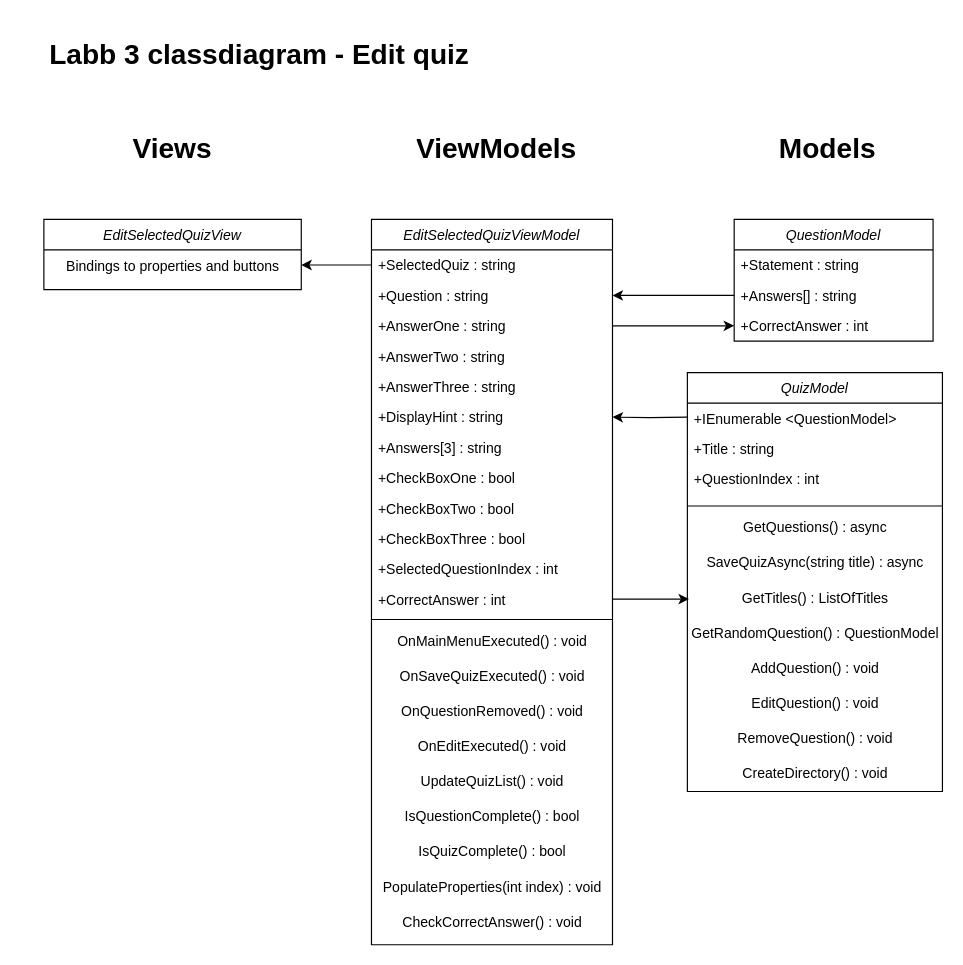
The draw.io diagram Labb3-Ressurrection/Namnlöst diagram.drawio in MagSandberg/Labb3-Ressurrection, before the edit. Source tidied: cells renumbered, new cells numbered last; positions are measured from the earlier drawing's top-left corner, leaving out a move shared by most shapes. Both pictures are drawn from the tidied source at 117%, with x=0, y=0 at pixel (43, 32).
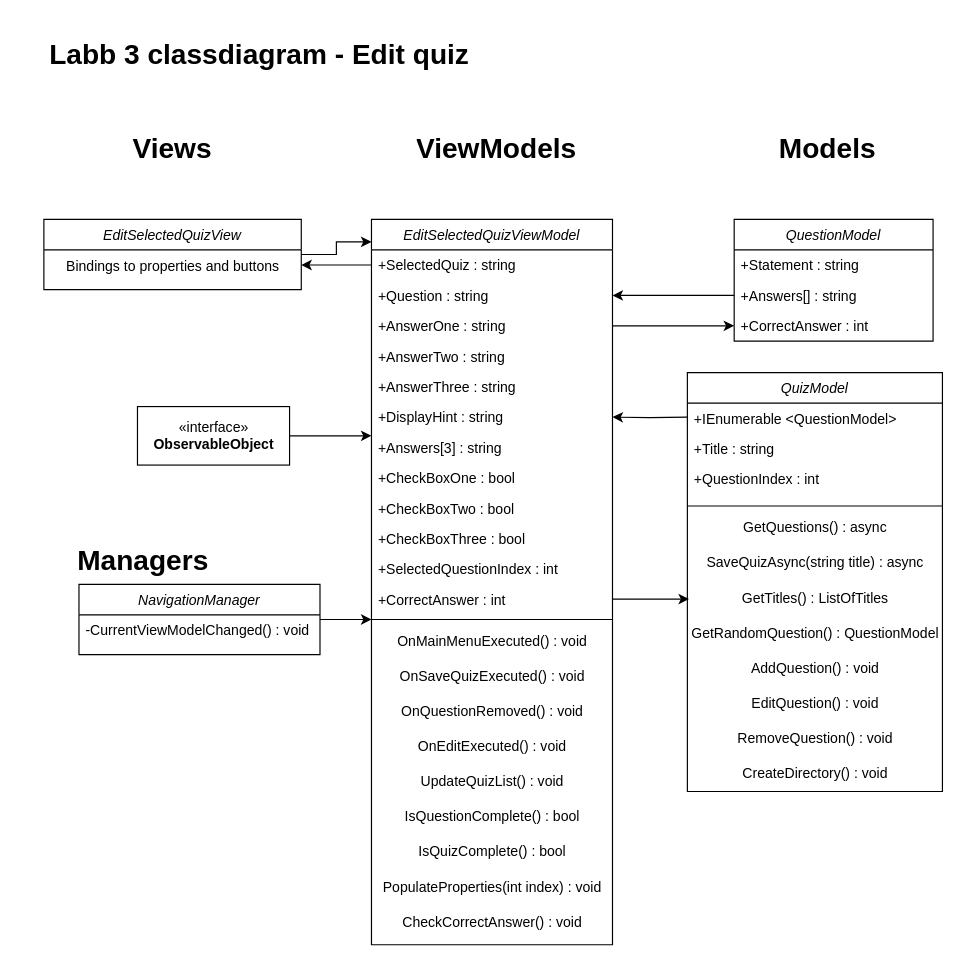
The same page after the edit.

The change refers to these unchanged cells:
```xml
<mxCell id="10" value="EditSelectedQuizViewModel" style="swimlane;fontStyle=2;align=center;verticalAlign=top;horizontal=1;startSize=26;rounded=0;shadow=0;strokeWidth=1;" parent="1" vertex="1">
  <mxGeometry x="280" y="160" width="206" height="620" as="geometry" />
</mxCell>
<mxCell id="17" value="+Answers[3] : string" style="text;align=left;verticalAlign=top;spacingLeft=4;spacingRight=4;overflow=hidden;points=[[0,0.5],[1,0.5]];portConstraint=eastwest;rounded=0;shadow=0;html=0;" parent="10" vertex="1">
  <mxGeometry y="182" width="206" height="26" as="geometry" />
</mxCell>
<mxCell id="34" value="EditSelectedQuizView" style="swimlane;fontStyle=2;align=center;verticalAlign=top;horizontal=1;startSize=26;rounded=0;shadow=0;strokeWidth=1;" parent="1" vertex="1">
  <mxGeometry y="160" width="220" height="60" as="geometry" />
</mxCell>
```

The edit, as a diff of the source:
```diff
@@
+    <mxCell id="53" style="edgeStyle=orthogonalEdgeStyle;rounded=0;jettySize=auto;html=1;entryX=0;entryY=0.031;entryDx=0;entryDy=0;entryPerimeter=0;" parent="1" edge="1" source="34" target="10">
+      <mxGeometry relative="1" as="geometry" />
+    </mxCell>
@@
+    <mxCell id="54" style="edgeStyle=orthogonalEdgeStyle;rounded=0;jettySize=auto;html=1;entryX=0;entryY=0.115;entryDx=0;entryDy=0;entryPerimeter=0;" parent="1" edge="1" source="55" target="17">
+      <mxGeometry relative="1" as="geometry" />
+    </mxCell>
+    <mxCell id="55" value="«interface»&lt;br&gt;&lt;b&gt;ObservableObject&lt;/b&gt;" style="html=1;" parent="1" vertex="1">
+      <mxGeometry x="80" y="320" width="130" height="50" as="geometry" />
+    </mxCell>
+    <mxCell id="56" value="&lt;h1&gt;Managers&lt;/h1&gt;" style="text;html=1;strokeColor=none;fillColor=none;spacing=5;spacingTop=-20;whiteSpace=wrap;overflow=hidden;rounded=0;align=center;" parent="1" vertex="1">
+      <mxGeometry x="-20" y="432" width="210" height="40" as="geometry" />
+    </mxCell>
+    <mxCell id="57" style="edgeStyle=orthogonalEdgeStyle;rounded=0;jettySize=auto;html=1;entryX=0;entryY=0.733;entryDx=0;entryDy=0;entryPerimeter=0;" parent="1" edge="1" source="58">
+      <mxGeometry relative="1" as="geometry">
+        <mxPoint x="280" y="502" as="targetPoint" />
+      </mxGeometry>
+    </mxCell>
+    <mxCell id="58" value="NavigationManager" style="swimlane;fontStyle=2;align=center;verticalAlign=top;horizontal=1;startSize=26;rounded=0;shadow=0;strokeWidth=1;" parent="1" vertex="1">
+      <mxGeometry x="30" y="472" width="206" height="60" as="geometry" />
+    </mxCell>
+    <mxCell id="59" value="-CurrentViewModelChanged() : void" style="text;align=left;verticalAlign=top;spacingLeft=4;spacingRight=4;overflow=hidden;" parent="58" vertex="1">
+      <mxGeometry y="26" width="206" height="26" as="geometry" />
+    </mxCell>
```
